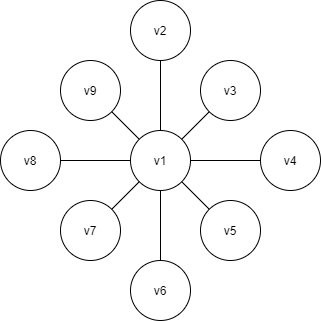
Above: Math163_F3.png in ldb385/MathDiagrams (draw.io), before the change. Source tidied: cells renumbered, new cells last; positions are measured from the earlier drawing's top-left corner, leaving out a move shared by most shapes. Its diagram source:
```xml
<mxGraphModel>
  <root>
    <mxCell id="0" />
    <mxCell id="1" parent="0" />
    <mxCell id="2" value="v1" style="ellipse;whiteSpace=wrap;html=1;" parent="1" vertex="1">
      <mxGeometry x="130" y="130" width="60" height="60" as="geometry" />
    </mxCell>
    <mxCell id="3" value="v3" style="ellipse;whiteSpace=wrap;html=1;" parent="1" vertex="1">
      <mxGeometry x="200" y="60" width="60" height="60" as="geometry" />
    </mxCell>
    <mxCell id="4" value="v7" style="ellipse;whiteSpace=wrap;html=1;" parent="1" vertex="1">
      <mxGeometry x="60" y="200" width="60" height="60" as="geometry" />
    </mxCell>
    <mxCell id="5" value="v8" style="ellipse;whiteSpace=wrap;html=1;" parent="1" vertex="1">
      <mxGeometry y="130" width="60" height="60" as="geometry" />
    </mxCell>
    <mxCell id="6" value="v2" style="ellipse;whiteSpace=wrap;html=1;" parent="1" vertex="1">
      <mxGeometry x="130" width="60" height="60" as="geometry" />
    </mxCell>
    <mxCell id="7" value="v4" style="ellipse;whiteSpace=wrap;html=1;" parent="1" vertex="1">
      <mxGeometry x="260" y="130" width="60" height="60" as="geometry" />
    </mxCell>
    <mxCell id="8" value="v6" style="ellipse;whiteSpace=wrap;html=1;" parent="1" vertex="1">
      <mxGeometry x="130" y="260" width="60" height="60" as="geometry" />
    </mxCell>
    <mxCell id="9" value="v9" style="ellipse;whiteSpace=wrap;html=1;" parent="1" vertex="1">
      <mxGeometry x="60" y="60" width="60" height="60" as="geometry" />
    </mxCell>
    <mxCell id="10" value="v5" style="ellipse;whiteSpace=wrap;html=1;" parent="1" vertex="1">
      <mxGeometry x="200" y="200" width="60" height="60" as="geometry" />
    </mxCell>
    <mxCell id="11" style="endArrow=none;html=1;entryX=0;entryY=1;entryDx=0;entryDy=0;exitX=1;exitY=0;exitDx=0;exitDy=0;" parent="1" edge="1" source="2" target="3">
      <mxGeometry relative="1" as="geometry" />
    </mxCell>
    <mxCell id="12" style="endArrow=none;html=1;entryX=0.5;entryY=0;entryDx=0;entryDy=0;exitX=0.5;exitY=1;exitDx=0;exitDy=0;" parent="1" edge="1" source="2" target="8">
      <mxGeometry relative="1" as="geometry" />
    </mxCell>
    <mxCell id="13" style="endArrow=none;html=1;entryX=0;entryY=1;entryDx=0;entryDy=0;exitX=1;exitY=0;exitDx=0;exitDy=0;" parent="1" edge="1" source="4" target="2">
      <mxGeometry relative="1" as="geometry" />
    </mxCell>
    <mxCell id="14" style="endArrow=none;html=1;entryX=0;entryY=0.5;entryDx=0;entryDy=0;exitX=1;exitY=0.5;exitDx=0;exitDy=0;" parent="1" edge="1" source="5" target="2">
      <mxGeometry relative="1" as="geometry" />
    </mxCell>
    <mxCell id="15" style="endArrow=none;html=1;entryX=1;entryY=1;entryDx=0;entryDy=0;exitX=0;exitY=0;exitDx=0;exitDy=0;" parent="1" edge="1" source="2" target="9">
      <mxGeometry relative="1" as="geometry" />
    </mxCell>
    <mxCell id="16" style="endArrow=none;html=1;entryX=0.5;entryY=1;entryDx=0;entryDy=0;exitX=0.5;exitY=0;exitDx=0;exitDy=0;" parent="1" edge="1" source="2" target="6">
      <mxGeometry relative="1" as="geometry" />
    </mxCell>
    <mxCell id="17" style="endArrow=none;html=1;entryX=0;entryY=0;entryDx=0;entryDy=0;exitX=1;exitY=1;exitDx=0;exitDy=0;" parent="1" edge="1" source="2" target="10">
      <mxGeometry relative="1" as="geometry" />
    </mxCell>
    <mxCell id="18" style="endArrow=none;html=1;entryX=0;entryY=0.5;entryDx=0;entryDy=0;exitX=1;exitY=0.5;exitDx=0;exitDy=0;" parent="1" edge="1" source="2" target="7">
      <mxGeometry relative="1" as="geometry" />
    </mxCell>
  </root>
</mxGraphModel>
```
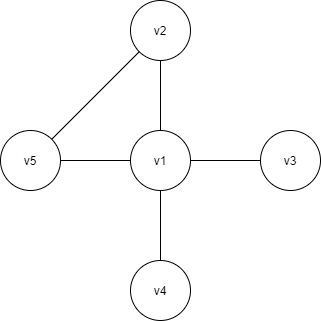
The same diagram one commit later.

The edit, as a diff of the source:
```diff
@@ -5,53 +5,32 @@
     <mxCell id="2" value="v1" style="ellipse;whiteSpace=wrap;html=1;" parent="1" vertex="1">
       <mxGeometry x="130" y="130" width="60" height="60" as="geometry" />
     </mxCell>
-    <mxCell id="3" value="v3" style="ellipse;whiteSpace=wrap;html=1;" parent="1" vertex="1">
-      <mxGeometry x="200" y="60" width="60" height="60" as="geometry" />
-    </mxCell>
-    <mxCell id="4" value="v7" style="ellipse;whiteSpace=wrap;html=1;" parent="1" vertex="1">
-      <mxGeometry x="60" y="200" width="60" height="60" as="geometry" />
-    </mxCell>
-    <mxCell id="5" value="v8" style="ellipse;whiteSpace=wrap;html=1;" parent="1" vertex="1">
+    <mxCell id="5" value="v5" style="ellipse;whiteSpace=wrap;html=1;" parent="1" vertex="1">
       <mxGeometry y="130" width="60" height="60" as="geometry" />
     </mxCell>
     <mxCell id="6" value="v2" style="ellipse;whiteSpace=wrap;html=1;" parent="1" vertex="1">
       <mxGeometry x="130" width="60" height="60" as="geometry" />
     </mxCell>
-    <mxCell id="7" value="v4" style="ellipse;whiteSpace=wrap;html=1;" parent="1" vertex="1">
+    <mxCell id="7" value="v3" style="ellipse;whiteSpace=wrap;html=1;" parent="1" vertex="1">
       <mxGeometry x="260" y="130" width="60" height="60" as="geometry" />
     </mxCell>
-    <mxCell id="8" value="v6" style="ellipse;whiteSpace=wrap;html=1;" parent="1" vertex="1">
+    <mxCell id="8" value="v4" style="ellipse;whiteSpace=wrap;html=1;" parent="1" vertex="1">
       <mxGeometry x="130" y="260" width="60" height="60" as="geometry" />
     </mxCell>
-    <mxCell id="9" value="v9" style="ellipse;whiteSpace=wrap;html=1;" parent="1" vertex="1">
-      <mxGeometry x="60" y="60" width="60" height="60" as="geometry" />
-    </mxCell>
-    <mxCell id="10" value="v5" style="ellipse;whiteSpace=wrap;html=1;" parent="1" vertex="1">
-      <mxGeometry x="200" y="200" width="60" height="60" as="geometry" />
-    </mxCell>
-    <mxCell id="11" style="endArrow=none;html=1;entryX=0;entryY=1;entryDx=0;entryDy=0;exitX=1;exitY=0;exitDx=0;exitDy=0;" parent="1" edge="1" source="2" target="3">
-      <mxGeometry relative="1" as="geometry" />
-    </mxCell>
     <mxCell id="12" style="endArrow=none;html=1;entryX=0.5;entryY=0;entryDx=0;entryDy=0;exitX=0.5;exitY=1;exitDx=0;exitDy=0;" parent="1" edge="1" source="2" target="8">
       <mxGeometry relative="1" as="geometry" />
     </mxCell>
-    <mxCell id="13" style="endArrow=none;html=1;entryX=0;entryY=1;entryDx=0;entryDy=0;exitX=1;exitY=0;exitDx=0;exitDy=0;" parent="1" edge="1" source="4" target="2">
-      <mxGeometry relative="1" as="geometry" />
-    </mxCell>
     <mxCell id="14" style="endArrow=none;html=1;entryX=0;entryY=0.5;entryDx=0;entryDy=0;exitX=1;exitY=0.5;exitDx=0;exitDy=0;" parent="1" edge="1" source="5" target="2">
       <mxGeometry relative="1" as="geometry" />
     </mxCell>
-    <mxCell id="15" style="endArrow=none;html=1;entryX=1;entryY=1;entryDx=0;entryDy=0;exitX=0;exitY=0;exitDx=0;exitDy=0;" parent="1" edge="1" source="2" target="9">
-      <mxGeometry relative="1" as="geometry" />
-    </mxCell>
     <mxCell id="16" style="endArrow=none;html=1;entryX=0.5;entryY=1;entryDx=0;entryDy=0;exitX=0.5;exitY=0;exitDx=0;exitDy=0;" parent="1" edge="1" source="2" target="6">
       <mxGeometry relative="1" as="geometry" />
     </mxCell>
-    <mxCell id="17" style="endArrow=none;html=1;entryX=0;entryY=0;entryDx=0;entryDy=0;exitX=1;exitY=1;exitDx=0;exitDy=0;" parent="1" edge="1" source="2" target="10">
-      <mxGeometry relative="1" as="geometry" />
-    </mxCell>
     <mxCell id="18" style="endArrow=none;html=1;entryX=0;entryY=0.5;entryDx=0;entryDy=0;exitX=1;exitY=0.5;exitDx=0;exitDy=0;" parent="1" edge="1" source="2" target="7">
       <mxGeometry relative="1" as="geometry" />
     </mxCell>
+    <mxCell id="19" style="endArrow=none;html=1;entryX=0;entryY=1;entryDx=0;entryDy=0;exitX=1;exitY=0;exitDx=0;exitDy=0;" parent="1" edge="1" source="5" target="6">
+      <mxGeometry relative="1" as="geometry" />
+    </mxCell>
   </root>
 </mxGraphModel>
```
